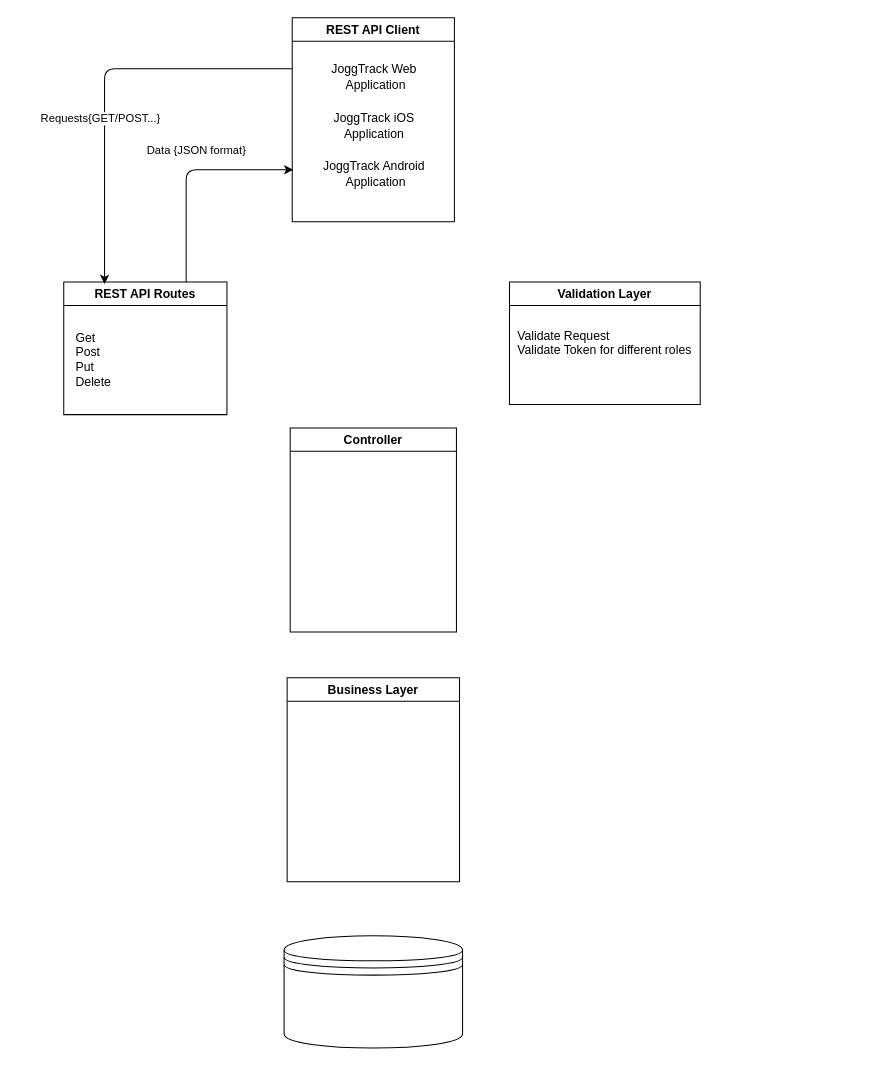
cosminmemetea/joggtrack keeps this draw.io diagram as joggtrackRESTapi.drawio. Above is the earlier version. Source tidied: cells renumbered, new cells numbered last; positions are measured from the earlier drawing's top-left corner, leaving out a move shared by most shapes. Both pictures are drawn from the tidied source at 102%, with x=0, y=0 at pixel (63, 17).
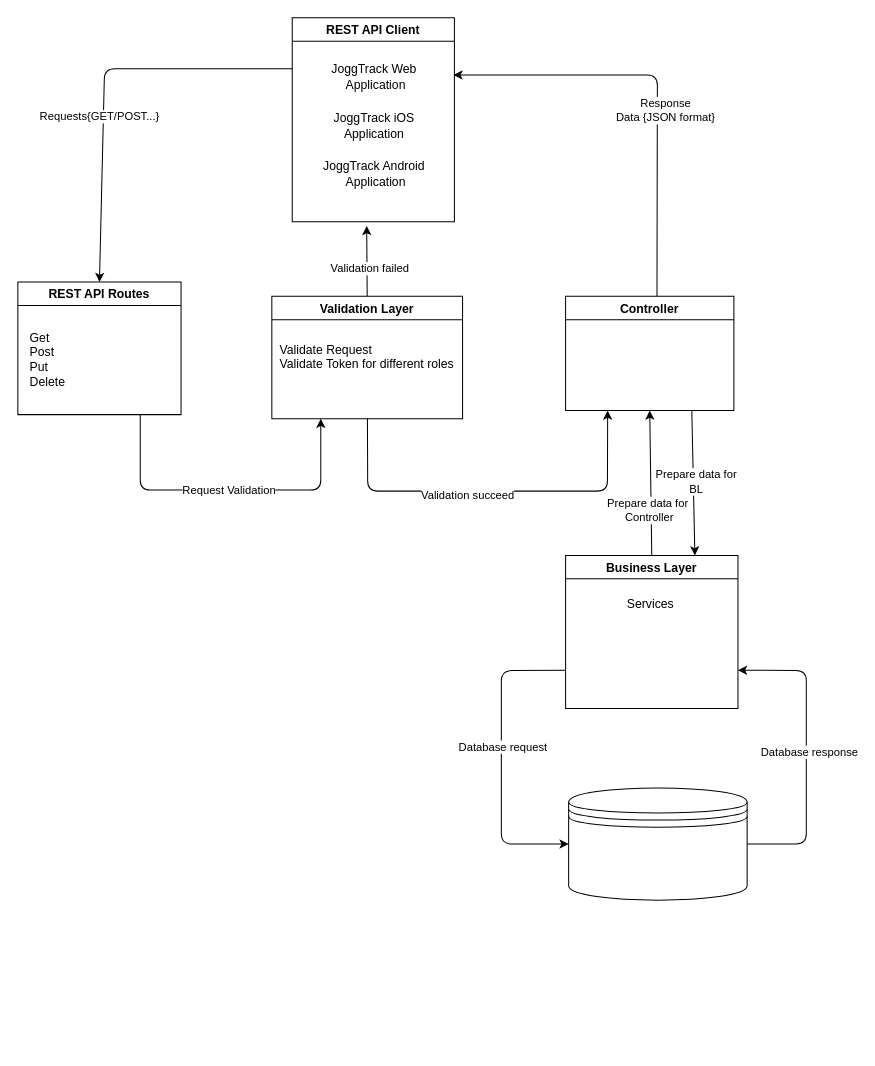
Above is the later version.

Commit message:
Updated REST API architecture

The change refers to these unchanged cells:
```xml
<mxCell id="8" value="REST API Client" style="swimlane;" parent="1" vertex="1">
  <mxGeometry x="224" width="159" height="200" as="geometry" />
</mxCell>
```

The edit, as a diff of the source:
```diff
@@
-    <mxCell id="2" style="edgeStyle=none;html=1;exitX=0.75;exitY=0;exitDx=0;exitDy=0;" parent="1" edge="1" source="4">
-      <mxGeometry relative="1" as="geometry">
-        <mxPoint x="225" y="149" as="targetPoint" />
-        <Array as="points">
-          <mxPoint x="120" y="149" />
-        </Array>
-      </mxGeometry>
-    </mxCell>
-    <mxCell id="3" value="Data {JSON format}" style="edgeLabel;html=1;align=center;verticalAlign=middle;" parent="2" vertex="1">
-      <mxGeometry x="-0.03" y="1" relative="1" as="geometry">
-        <mxPoint x="10" y="-26" as="offset" />
-      </mxGeometry>
-    </mxCell>
     <mxCell id="4" value="REST API Routes" style="swimlane;" parent="1" vertex="1">
-      <mxGeometry y="259" width="160" height="130" as="geometry" />
+      <mxGeometry x="-45" y="259" width="160" height="130" as="geometry" />
     </mxCell>
@@
-    <mxCell id="6" style="edgeStyle=none;html=1;entryX=0.25;entryY=0.015;entryDx=0;entryDy=0;exitX=0;exitY=0.25;exitDx=0;exitDy=0;entryPerimeter=0;" parent="1" edge="1" source="8" target="4">
+    <mxCell id="6" style="edgeStyle=none;html=1;entryX=0.5;entryY=0;entryDx=0;entryDy=0;exitX=0;exitY=0.25;exitDx=0;exitDy=0;" parent="1" edge="1" source="8" target="4">
       <mxGeometry relative="1" as="geometry">
         <Array as="points">
           <mxPoint x="40" y="50" />
         </Array>
       </mxGeometry>
     </mxCell>
@@
+    <mxCell id="17" style="edgeStyle=none;html=1;exitX=0.5;exitY=0;exitDx=0;exitDy=0;" parent="1" edge="1" source="12">
+      <mxGeometry relative="1" as="geometry">
+        <mxPoint x="297" y="204" as="targetPoint" />
+      </mxGeometry>
+    </mxCell>
+    <mxCell id="18" value="Validation failed" style="edgeLabel;html=1;align=center;verticalAlign=middle;" parent="17" vertex="1">
+      <mxGeometry x="-0.22" y="-2" relative="1" as="geometry" />
+    </mxCell>
+    <mxCell id="19" style="edgeStyle=none;html=1;entryX=0.25;entryY=1;entryDx=0;entryDy=0;" parent="1" edge="1" source="12" target="14">
+      <mxGeometry relative="1" as="geometry">
+        <Array as="points">
+          <mxPoint x="298" y="464" />
+          <mxPoint x="404" y="464" />
+          <mxPoint x="533" y="464" />
+        </Array>
+      </mxGeometry>
+    </mxCell>
+    <mxCell id="20" value="Validation succeed" style="edgeLabel;html=1;align=center;verticalAlign=middle;" parent="19" vertex="1">
+      <mxGeometry x="-0.47" y="3" relative="1" as="geometry">
+        <mxPoint x="67" y="6" as="offset" />
+      </mxGeometry>
+    </mxCell>
     <mxCell id="12" value="Validation Layer" style="swimlane;" parent="1" vertex="1">
-      <mxGeometry x="437" y="259" width="187" height="120" as="geometry" />
+      <mxGeometry x="204" y="273" width="187" height="120" as="geometry" />
     </mxCell>
@@
+    <mxCell id="21" style="edgeStyle=none;html=1;" parent="1" edge="1">
+      <mxGeometry relative="1" as="geometry">
+        <mxPoint x="581.6" y="273" as="sourcePoint" />
+        <mxPoint x="382" y="56" as="targetPoint" />
+        <Array as="points">
+          <mxPoint x="582" y="56" />
+        </Array>
+      </mxGeometry>
+    </mxCell>
+    <mxCell id="22" value="Response&lt;br&gt;Data {JSON format}" style="edgeLabel;html=1;align=center;verticalAlign=middle;" parent="21" vertex="1">
+      <mxGeometry x="0.31" y="4" relative="1" as="geometry">
+        <mxPoint x="63" y="30" as="offset" />
+      </mxGeometry>
+    </mxCell>
+    <mxCell id="23" style="edgeStyle=none;html=1;exitX=0.75;exitY=1;exitDx=0;exitDy=0;entryX=0.75;entryY=0;entryDx=0;entryDy=0;" parent="1" edge="1" source="14" target="15">
+      <mxGeometry relative="1" as="geometry" />
+    </mxCell>
+    <mxCell id="24" value="Prepare data for&lt;br&gt;BL" style="edgeLabel;html=1;align=center;verticalAlign=middle;" parent="23" vertex="1">
+      <mxGeometry x="-0.01" y="2" relative="1" as="geometry" />
+    </mxCell>
     <mxCell id="14" value="Controller" style="swimlane;" parent="1" vertex="1">
-      <mxGeometry x="222" y="402" width="163" height="200" as="geometry" />
+      <mxGeometry x="492" y="273" width="165" height="112" as="geometry" />
     </mxCell>
+    <mxCell id="25" style="edgeStyle=none;html=1;exitX=0.5;exitY=0;exitDx=0;exitDy=0;entryX=0.5;entryY=1;entryDx=0;entryDy=0;" parent="1" edge="1" source="15" target="14">
+      <mxGeometry relative="1" as="geometry" />
+    </mxCell>
+    <mxCell id="26" value="Prepare data for&amp;nbsp;&lt;br&gt;Controller" style="edgeLabel;html=1;align=center;verticalAlign=middle;" parent="25" vertex="1">
+      <mxGeometry x="-0.36" y="2" relative="1" as="geometry" />
+    </mxCell>
+    <mxCell id="27" style="edgeStyle=none;html=1;exitX=0;exitY=0.75;exitDx=0;exitDy=0;entryX=0;entryY=0.5;entryDx=0;entryDy=0;" parent="1" edge="1" source="15" target="16">
+      <mxGeometry relative="1" as="geometry">
+        <Array as="points">
+          <mxPoint x="429" y="640" />
+          <mxPoint x="429" y="810" />
+        </Array>
+      </mxGeometry>
+    </mxCell>
+    <mxCell id="28" value="Database request&amp;nbsp;" style="edgeLabel;html=1;align=center;verticalAlign=middle;" parent="27" vertex="1">
+      <mxGeometry x="-0.08" y="2" relative="1" as="geometry" />
+    </mxCell>
     <mxCell id="15" value="Business Layer" style="swimlane;" parent="1" vertex="1">
-      <mxGeometry x="219" y="647" width="169" height="200" as="geometry" />
+      <mxGeometry x="492" y="527" width="169" height="150" as="geometry" />
     </mxCell>
+    <mxCell id="29" value="Services" style="text;html=1;align=center;verticalAlign=middle;strokeColor=none;" parent="15" vertex="1">
+      <mxGeometry x="54.5" y="39" width="56" height="18" as="geometry" />
+    </mxCell>
+    <mxCell id="30" style="edgeStyle=none;html=1;exitX=1;exitY=0.5;exitDx=0;exitDy=0;entryX=1;entryY=0.75;entryDx=0;entryDy=0;" parent="1" edge="1" source="16" target="15">
+      <mxGeometry relative="1" as="geometry">
+        <Array as="points">
+          <mxPoint x="728" y="810" />
+          <mxPoint x="728" y="640" />
+        </Array>
+      </mxGeometry>
+    </mxCell>
+    <mxCell id="31" value="Database response" style="edgeLabel;html=1;align=center;verticalAlign=middle;" parent="30" vertex="1">
+      <mxGeometry x="0.01" y="-2" relative="1" as="geometry" />
+    </mxCell>
     <mxCell id="16" style="shape=datastore;whiteSpace=wrap;html=1;" parent="1" vertex="1">
-      <mxGeometry x="216" y="900" width="175" height="110" as="geometry" />
+      <mxGeometry x="495" y="755" width="175" height="110" as="geometry" />
     </mxCell>
+    <mxCell id="32" value="Request Validation" style="edgeStyle=none;html=1;exitX=0.75;exitY=1;exitDx=0;exitDy=0;" parent="1" edge="1" source="4">
+      <mxGeometry relative="1" as="geometry">
+        <mxPoint x="252" y="393" as="targetPoint" />
+        <Array as="points">
+          <mxPoint x="75" y="463" />
+          <mxPoint x="252" y="463" />
+        </Array>
+      </mxGeometry>
+    </mxCell>
```
